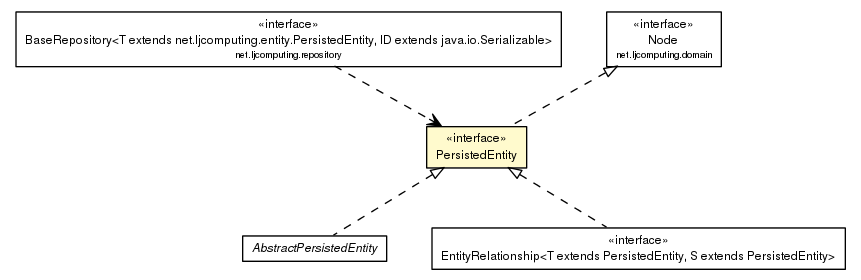
Before: docs/javadoc/apidocs/net/ljcomputing/entity/PersistedEntity.png, a diagram exported from Graphviz (willmorejg/net.ljcomputing.entity). Its source is kept beside it as docs/javadoc/apidocs/net/ljcomputing/entity/PersistedEntity.dot.
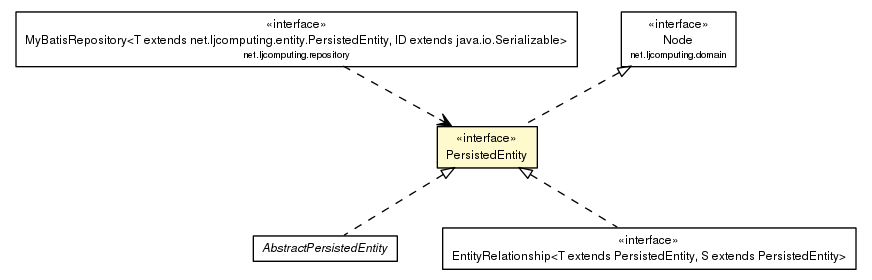
The same diagram one commit later.

The edit, as a diff of the source:
```diff
@@ -4,39 +4,39 @@
 	node [fontname="Helvetica",fontsize=10,shape=plaintext];
 	nodesep=0.25;
 	ranksep=0.5;
-	c81 [label=<<table title="net.ljcomputing.repository.BaseRepository" border="0" cellborder="1" cellspacing="0" cellpadding="2" port="p" href="../repository/BaseRepository.html">
+	c124 [label=<<table title="net.ljcomputing.repository.MyBatisRepository" border="0" cellborder="1" cellspacing="0" cellpadding="2" port="p" href="../repository/MyBatisRepository.html">
 		<tr><td><table border="0" cellspacing="0" cellpadding="1">
 <tr><td align="center" balign="center"> &#171;interface&#187; </td></tr>
-<tr><td align="center" balign="center"> BaseRepository&lt;T extends net.ljcomputing.entity.PersistedEntity, ID extends java.io.Serializable&gt; </td></tr>
+<tr><td align="center" balign="center"> MyBatisRepository&lt;T extends net.ljcomputing.entity.PersistedEntity, ID extends java.io.Serializable&gt; </td></tr>
 <tr><td align="center" balign="center"><font point-size="7.0"> net.ljcomputing.repository </font></td></tr>
 		</table></td></tr>
-		</table>>, URL="../repository/BaseRepository.html", fontname="Helvetica", fontcolor="black", fontsize=9.0];
-	c82 [label=<<table title="net.ljcomputing.entity.AbstractPersistedEntity" border="0" cellborder="1" cellspacing="0" cellpadding="2" port="p" href="./AbstractPersistedEntity.html">
+		</table>>, URL="../repository/MyBatisRepository.html", fontname="Helvetica", fontcolor="black", fontsize=9.0];
+	c125 [label=<<table title="net.ljcomputing.entity.AbstractPersistedEntity" border="0" cellborder="1" cellspacing="0" cellpadding="2" port="p" href="./AbstractPersistedEntity.html">
 		<tr><td><table border="0" cellspacing="0" cellpadding="1">
 <tr><td align="center" balign="center"><font face="Helvetica-Oblique"> AbstractPersistedEntity </font></td></tr>
 		</table></td></tr>
 		</table>>, URL="./AbstractPersistedEntity.html", fontname="Helvetica", fontcolor="black", fontsize=9.0];
-	c83 [label=<<table title="net.ljcomputing.entity.EntityRelationship" border="0" cellborder="1" cellspacing="0" cellpadding="2" port="p" href="./EntityRelationship.html">
+	c126 [label=<<table title="net.ljcomputing.entity.EntityRelationship" border="0" cellborder="1" cellspacing="0" cellpadding="2" port="p" href="./EntityRelationship.html">
 		<tr><td><table border="0" cellspacing="0" cellpadding="1">
 <tr><td align="center" balign="center"> &#171;interface&#187; </td></tr>
 <tr><td align="center" balign="center"> EntityRelationship&lt;T extends PersistedEntity, S extends PersistedEntity&gt; </td></tr>
 		</table></td></tr>
 		</table>>, URL="./EntityRelationship.html", fontname="Helvetica", fontcolor="black", fontsize=9.0];
-	c85 [label=<<table title="net.ljcomputing.entity.PersistedEntity" border="0" cellborder="1" cellspacing="0" cellpadding="2" port="p" bgcolor="lemonChiffon" href="./PersistedEntity.html">
+	c128 [label=<<table title="net.ljcomputing.entity.PersistedEntity" border="0" cellborder="1" cellspacing="0" cellpadding="2" port="p" bgcolor="lemonChiffon" href="./PersistedEntity.html">
 		<tr><td><table border="0" cellspacing="0" cellpadding="1">
 <tr><td align="center" balign="center"> &#171;interface&#187; </td></tr>
 <tr><td align="center" balign="center"> PersistedEntity </td></tr>
 		</table></td></tr>
 		</table>>, URL="./PersistedEntity.html", fontname="Helvetica", fontcolor="black", fontsize=9.0];
-	c87 [label=<<table title="net.ljcomputing.domain.Node" border="0" cellborder="1" cellspacing="0" cellpadding="2" port="p" href="../domain/Node.html">
+	c131 [label=<<table title="net.ljcomputing.domain.Node" border="0" cellborder="1" cellspacing="0" cellpadding="2" port="p" href="../domain/Node.html">
 		<tr><td><table border="0" cellspacing="0" cellpadding="1">
 <tr><td align="center" balign="center"> &#171;interface&#187; </td></tr>
 <tr><td align="center" balign="center"> Node </td></tr>
 <tr><td align="center" balign="center"><font point-size="7.0"> net.ljcomputing.domain </font></td></tr>
 		</table></td></tr>
 		</table>>, URL="../domain/Node.html", fontname="Helvetica", fontcolor="black", fontsize=9.0];
-	c85:p -> c82:p [dir=back,arrowtail=empty,style=dashed];
-	c85:p -> c83:p [dir=back,arrowtail=empty,style=dashed];
-	c87:p -> c85:p [dir=back,arrowtail=empty,style=dashed];
-	c81:p -> c85:p [taillabel="", label="", headlabel="", fontname="Helvetica", fontcolor="black", fontsize=10.0, color="black", arrowhead=open, style=dashed];
+	c128:p -> c125:p [dir=back,arrowtail=empty,style=dashed];
+	c128:p -> c126:p [dir=back,arrowtail=empty,style=dashed];
+	c131:p -> c128:p [dir=back,arrowtail=empty,style=dashed];
+	c124:p -> c128:p [taillabel="", label="", headlabel="", fontname="Helvetica", fontcolor="black", fontsize=10.0, color="black", arrowhead=open, style=dashed];
 }
```
